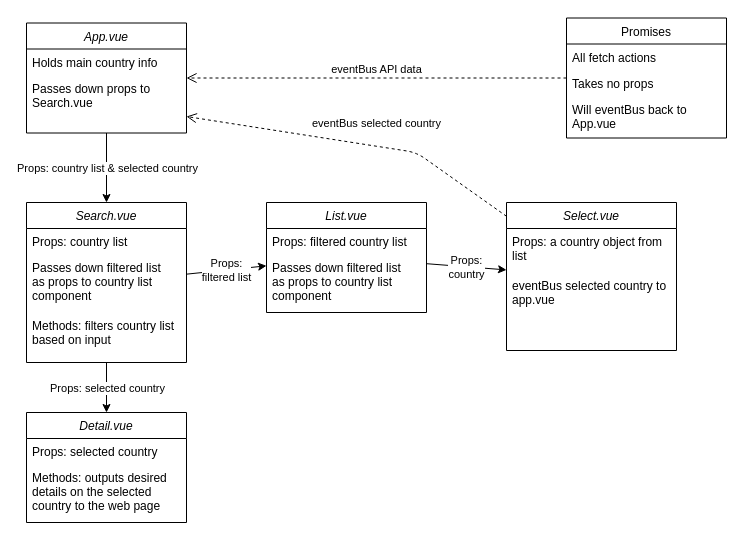
Above: client/diagrams/component_diagram.drawio in mjmccoach/geoexplorers (draw.io), before the change. Source tidied: cells renumbered, new cells numbered last; positions are measured from the earlier drawing's top-left corner, leaving out a move shared by most shapes. Both pictures are drawn from the tidied source at 100%, with x=0, y=0 at pixel (26, 18).
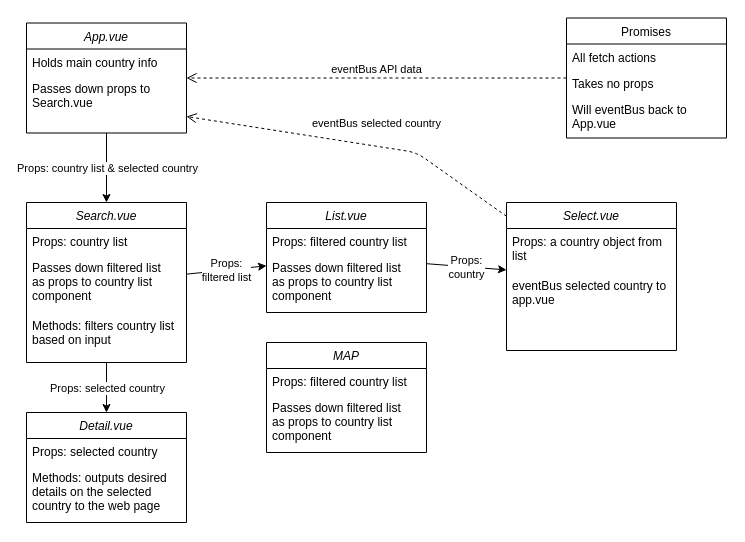
The same diagram, later.

Commit message (it also covers changes not shown here):
made few changes to diagram and worked on Promises and App.vue

The edit, as a diff of the source:
```diff
@@
+    <mxCell id="32" value="MAP" style="swimlane;fontStyle=2;align=center;verticalAlign=top;horizontal=1;startSize=26;rounded=0;shadow=0;strokeWidth=1;" parent="1" vertex="1">
+      <mxGeometry x="240" y="324" width="160" height="110" as="geometry" />
+    </mxCell>
+    <mxCell id="33" value="Props: filtered country list" style="text;align=left;verticalAlign=top;spacingLeft=4;spacingRight=4;overflow=hidden;" parent="32" vertex="1">
+      <mxGeometry y="26" width="160" height="26" as="geometry" />
+    </mxCell>
+    <mxCell id="34" value="Passes down filtered list &#10;as props to country list &#10;component" style="text;align=left;verticalAlign=top;spacingLeft=4;spacingRight=4;overflow=hidden;rounded=0;shadow=0;html=0;" parent="32" vertex="1">
+      <mxGeometry y="52" width="160" height="58" as="geometry" />
+    </mxCell>
```
